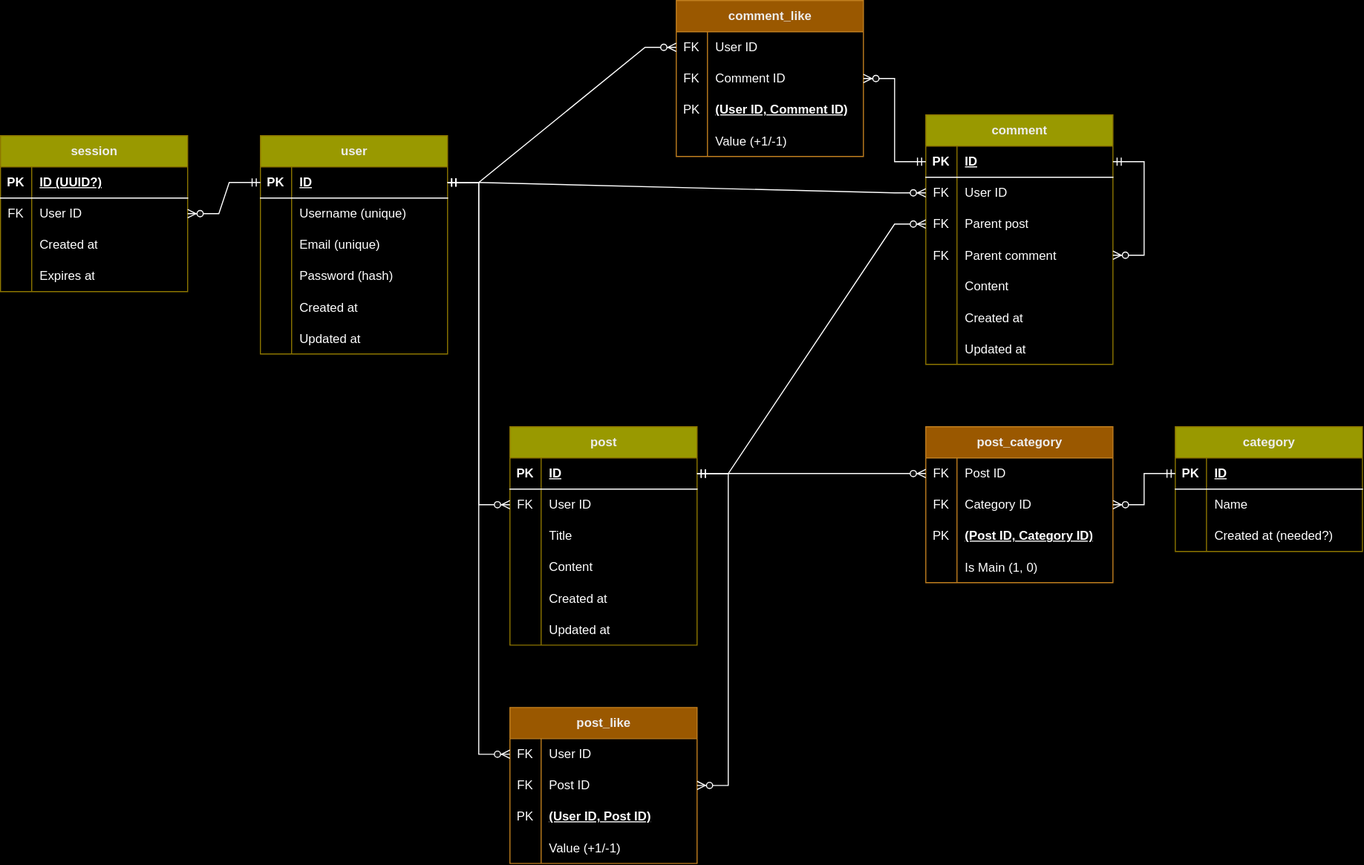
Earlier version of the draw.io export static/assets/ERD.svg (alia-dd/forum). Source tidied: cells renumbered, new cells last; positions are measured from the earlier drawing's top-left corner, leaving out a move shared by most shapes.
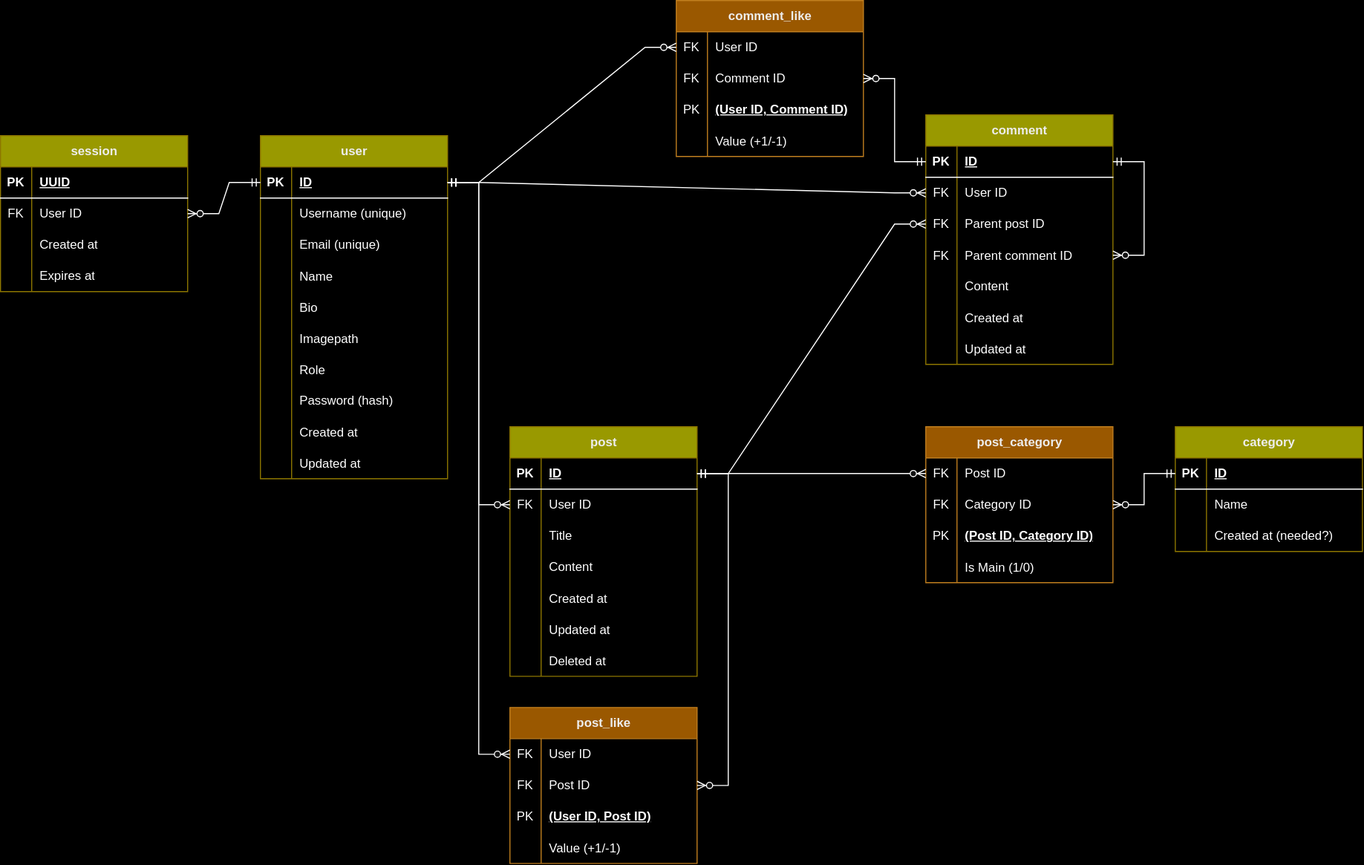
The same diagram one commit later.

Commit message:
update ERD to match current tables

What changed in the source:
```diff
@@ -3,7 +3,7 @@
     <mxCell id="0" />
     <mxCell id="1" parent="0" />
     <mxCell id="2" value="user" style="shape=table;startSize=30;rowLines=0;fontStyle=1;align=center;html=1;fillColor=light-dark(#E3C800,#999900);fontColor=#000000;strokeColor=#B09500;" parent="1" vertex="1">
-      <mxGeometry x="250" y="130" width="180" height="210" as="geometry" />
+      <mxGeometry x="250" y="130" width="180" height="330" as="geometry" />
     </mxCell>
     <mxCell id="3" style="shape=tableRow;horizontal=0;startSize=0;swimlaneHead=0;swimlaneBody=0;fillColor=none;points=[[0,0.5],[1,0.5]];portConstraint=eastwest;top=0;left=0;right=0;bottom=1;" parent="2" vertex="1">
       <mxGeometry y="30" width="180" height="30" as="geometry" />
@@ -32,8 +32,44 @@
     <mxCell id="11" value="Email (unique)" style="shape=partialRectangle;fillColor=none;top=0;left=0;bottom=0;right=0;align=left;spacingLeft=6;overflow=hidden;whiteSpace=wrap;html=1;" parent="9" vertex="1">
       <mxGeometry x="30" width="150" height="30" as="geometry" />
     </mxCell>
+    <mxCell id="135" style="shape=tableRow;horizontal=0;startSize=0;swimlaneHead=0;swimlaneBody=0;fillColor=none;top=0;left=0;right=0;bottom=0;" parent="2" vertex="1">
+      <mxGeometry y="120" width="180" height="30" as="geometry" />
+    </mxCell>
+    <mxCell id="136" style="shape=partialRectangle;fillColor=none;top=0;left=0;bottom=0;right=0;overflow=hidden;" parent="135" vertex="1">
+      <mxGeometry width="30" height="30" as="geometry" />
+    </mxCell>
+    <mxCell id="137" value="Name" style="shape=partialRectangle;fillColor=none;top=0;left=0;bottom=0;right=0;align=left;spacingLeft=6;overflow=hidden;" parent="135" vertex="1">
+      <mxGeometry x="30" width="150" height="30" as="geometry" />
+    </mxCell>
+    <mxCell id="138" style="shape=tableRow;horizontal=0;startSize=0;swimlaneHead=0;swimlaneBody=0;fillColor=none;top=0;left=0;right=0;bottom=0;" parent="2" vertex="1">
+      <mxGeometry y="150" width="180" height="30" as="geometry" />
+    </mxCell>
+    <mxCell id="139" style="shape=partialRectangle;fillColor=none;top=0;left=0;bottom=0;right=0;overflow=hidden;" parent="138" vertex="1">
+      <mxGeometry width="30" height="30" as="geometry" />
+    </mxCell>
+    <mxCell id="140" value="Bio" style="shape=partialRectangle;fillColor=none;top=0;left=0;bottom=0;right=0;align=left;spacingLeft=6;overflow=hidden;" parent="138" vertex="1">
+      <mxGeometry x="30" width="150" height="30" as="geometry" />
+    </mxCell>
+    <mxCell id="141" style="shape=tableRow;horizontal=0;startSize=0;swimlaneHead=0;swimlaneBody=0;fillColor=none;top=0;left=0;right=0;bottom=0;" parent="2" vertex="1">
+      <mxGeometry y="180" width="180" height="30" as="geometry" />
+    </mxCell>
+    <mxCell id="142" style="shape=partialRectangle;fillColor=none;top=0;left=0;bottom=0;right=0;overflow=hidden;" parent="141" vertex="1">
+      <mxGeometry width="30" height="30" as="geometry" />
+    </mxCell>
+    <mxCell id="143" value="Imagepath" style="shape=partialRectangle;fillColor=none;top=0;left=0;bottom=0;right=0;align=left;spacingLeft=6;overflow=hidden;" parent="141" vertex="1">
+      <mxGeometry x="30" width="150" height="30" as="geometry" />
+    </mxCell>
+    <mxCell id="144" style="shape=tableRow;horizontal=0;startSize=0;swimlaneHead=0;swimlaneBody=0;fillColor=none;top=0;left=0;right=0;bottom=0;" parent="2" vertex="1">
+      <mxGeometry y="210" width="180" height="30" as="geometry" />
+    </mxCell>
+    <mxCell id="145" style="shape=partialRectangle;fillColor=none;top=0;left=0;bottom=0;right=0;overflow=hidden;" parent="144" vertex="1">
+      <mxGeometry width="30" height="30" as="geometry" />
+    </mxCell>
+    <mxCell id="146" value="Role" style="shape=partialRectangle;fillColor=none;top=0;left=0;bottom=0;right=0;align=left;spacingLeft=6;overflow=hidden;" parent="144" vertex="1">
+      <mxGeometry x="30" width="150" height="30" as="geometry" />
+    </mxCell>
     <mxCell id="12" style="shape=tableRow;horizontal=0;startSize=0;swimlaneHead=0;swimlaneBody=0;fillColor=none;top=0;left=0;right=0;bottom=0;" parent="2" vertex="1">
-      <mxGeometry y="120" width="180" height="30" as="geometry" />
+      <mxGeometry y="240" width="180" height="30" as="geometry" />
     </mxCell>
     <mxCell id="13" style="shape=partialRectangle;fillColor=none;top=0;left=0;bottom=0;right=0;overflow=hidden;whiteSpace=wrap;html=1;" parent="12" vertex="1">
       <mxGeometry width="30" height="30" as="geometry" />
@@ -42,7 +78,7 @@
       <mxGeometry x="30" width="150" height="30" as="geometry" />
     </mxCell>
     <mxCell id="15" style="shape=tableRow;horizontal=0;startSize=0;swimlaneHead=0;swimlaneBody=0;fillColor=none;top=0;left=0;right=0;bottom=0;" parent="2" vertex="1">
-      <mxGeometry y="150" width="180" height="30" as="geometry" />
+      <mxGeometry y="270" width="180" height="30" as="geometry" />
     </mxCell>
     <mxCell id="16" style="shape=partialRectangle;fillColor=none;top=0;left=0;bottom=0;right=0;overflow=hidden;" parent="15" vertex="1">
       <mxGeometry width="30" height="30" as="geometry" />
@@ -51,7 +87,7 @@
       <mxGeometry x="30" width="150" height="30" as="geometry" />
     </mxCell>
     <mxCell id="18" style="shape=tableRow;horizontal=0;startSize=0;swimlaneHead=0;swimlaneBody=0;fillColor=none;top=0;left=0;right=0;bottom=0;" parent="2" vertex="1">
-      <mxGeometry y="180" width="180" height="30" as="geometry" />
+      <mxGeometry y="300" width="180" height="30" as="geometry" />
     </mxCell>
     <mxCell id="19" style="shape=partialRectangle;fillColor=none;top=0;left=0;bottom=0;right=0;overflow=hidden;" parent="18" vertex="1">
       <mxGeometry width="30" height="30" as="geometry" />
@@ -60,7 +96,7 @@
       <mxGeometry x="30" width="150" height="30" as="geometry" />
     </mxCell>
     <mxCell id="21" value="post" style="shape=table;startSize=30;rowLines=0;fontStyle=1;align=center;html=1;fillColor=light-dark(#E3C800,#999900);fontColor=#000000;strokeColor=#B09500;" parent="1" vertex="1">
-      <mxGeometry x="490" y="410" width="180" height="210" as="geometry" />
+      <mxGeometry x="490" y="410" width="180" height="240" as="geometry" />
     </mxCell>
     <mxCell id="22" style="shape=tableRow;horizontal=0;startSize=0;swimlaneHead=0;swimlaneBody=0;fillColor=none;points=[[0,0.5],[1,0.5]];portConstraint=eastwest;top=0;left=0;right=0;bottom=1;" parent="21" vertex="1">
       <mxGeometry y="30" width="180" height="30" as="geometry" />
@@ -116,6 +152,15 @@
     <mxCell id="39" value="Updated at" style="shape=partialRectangle;fillColor=none;top=0;left=0;bottom=0;right=0;align=left;spacingLeft=6;overflow=hidden;" parent="37" vertex="1">
       <mxGeometry x="30" width="150" height="30" as="geometry" />
     </mxCell>
+    <mxCell id="147" style="shape=tableRow;horizontal=0;startSize=0;swimlaneHead=0;swimlaneBody=0;fillColor=none;top=0;left=0;right=0;bottom=0;" parent="21" vertex="1">
+      <mxGeometry y="210" width="180" height="30" as="geometry" />
+    </mxCell>
+    <mxCell id="148" style="shape=partialRectangle;fillColor=none;top=0;left=0;bottom=0;right=0;overflow=hidden;" parent="147" vertex="1">
+      <mxGeometry width="30" height="30" as="geometry" />
+    </mxCell>
+    <mxCell id="149" value="Deleted at" style="shape=partialRectangle;fillColor=none;top=0;left=0;bottom=0;right=0;align=left;spacingLeft=6;overflow=hidden;" parent="147" vertex="1">
+      <mxGeometry x="30" width="150" height="30" as="geometry" />
+    </mxCell>
     <mxCell id="40" style="edgeStyle=entityRelationEdgeStyle;fontSize=12;html=1;endArrow=ERzeroToMany;startArrow=ERmandOne;rounded=0;exitX=1;exitY=0.5;exitDx=0;exitDy=0;" parent="1" edge="1" source="3" target="25">
       <mxGeometry relative="1" as="geometry" />
     </mxCell>
@@ -146,7 +191,7 @@
     <mxCell id="49" value="FK" style="shape=partialRectangle;fillColor=none;top=0;left=0;bottom=0;right=0;overflow=hidden;whiteSpace=wrap;html=1;" parent="48" vertex="1">
       <mxGeometry width="30" height="30" as="geometry" />
     </mxCell>
-    <mxCell id="50" value="Parent post" style="shape=partialRectangle;fillColor=none;top=0;left=0;bottom=0;right=0;align=left;spacingLeft=6;overflow=hidden;whiteSpace=wrap;html=1;" parent="48" vertex="1">
+    <mxCell id="50" value="Parent post ID" style="shape=partialRectangle;fillColor=none;top=0;left=0;bottom=0;right=0;align=left;spacingLeft=6;overflow=hidden;whiteSpace=wrap;html=1;" parent="48" vertex="1">
       <mxGeometry x="30" width="150" height="30" as="geometry" />
     </mxCell>
     <mxCell id="51" style="shape=tableRow;horizontal=0;startSize=0;swimlaneHead=0;swimlaneBody=0;fillColor=none;points=[[0,0.5],[1,0.5]];portConstraint=eastwest;top=0;left=0;right=0;bottom=0;" parent="41" vertex="1">
@@ -155,7 +200,7 @@
     <mxCell id="52" value="FK" style="shape=partialRectangle;fillColor=none;top=0;left=0;bottom=0;right=0;overflow=hidden;" parent="51" vertex="1">
       <mxGeometry width="30" height="30" as="geometry" />
     </mxCell>
-    <mxCell id="53" value="Parent comment" style="shape=partialRectangle;fillColor=none;top=0;left=0;bottom=0;right=0;align=left;spacingLeft=6;overflow=hidden;" parent="51" vertex="1">
+    <mxCell id="53" value="Parent comment ID" style="shape=partialRectangle;fillColor=none;top=0;left=0;bottom=0;right=0;align=left;spacingLeft=6;overflow=hidden;" parent="51" vertex="1">
       <mxGeometry x="30" width="150" height="30" as="geometry" />
     </mxCell>
     <mxCell id="54" style="shape=tableRow;horizontal=0;startSize=0;swimlaneHead=0;swimlaneBody=0;fillColor=none;top=0;left=0;right=0;bottom=0;" parent="41" vertex="1">
@@ -260,7 +305,7 @@
     <mxCell id="87" style="shape=partialRectangle;fillColor=none;top=0;left=0;bottom=0;right=0;overflow=hidden;" parent="86" vertex="1">
       <mxGeometry width="30" height="30" as="geometry" />
     </mxCell>
-    <mxCell id="88" value="Is Main (1, 0)" style="shape=partialRectangle;fillColor=none;top=0;left=0;bottom=0;right=0;align=left;spacingLeft=6;overflow=hidden;" parent="86" vertex="1">
+    <mxCell id="88" value="Is Main (1/0)" style="shape=partialRectangle;fillColor=none;top=0;left=0;bottom=0;right=0;align=left;spacingLeft=6;overflow=hidden;" parent="86" vertex="1">
       <mxGeometry x="30" width="150" height="30" as="geometry" />
     </mxCell>
     <mxCell id="89" style="edgeStyle=entityRelationEdgeStyle;fontSize=12;html=1;endArrow=ERzeroToMany;startArrow=ERmandOne;rounded=0;exitX=1;exitY=0.5;exitDx=0;exitDy=0;" parent="1" edge="1" source="22" target="77">
@@ -368,7 +413,7 @@
     <mxCell id="123" value="PK" style="shape=partialRectangle;fillColor=none;top=0;left=0;bottom=0;right=0;fontStyle=1;overflow=hidden;whiteSpace=wrap;html=1;" parent="122" vertex="1">
       <mxGeometry width="30" height="30" as="geometry" />
     </mxCell>
-    <mxCell id="124" value="ID (UUID?)" style="shape=partialRectangle;fillColor=none;top=0;left=0;bottom=0;right=0;align=left;spacingLeft=6;fontStyle=5;overflow=hidden;whiteSpace=wrap;html=1;" parent="122" vertex="1">
+    <mxCell id="124" value="UUID" style="shape=partialRectangle;fillColor=none;top=0;left=0;bottom=0;right=0;align=left;spacingLeft=6;fontStyle=5;overflow=hidden;whiteSpace=wrap;html=1;" parent="122" vertex="1">
       <mxGeometry x="30" width="150" height="30" as="geometry" />
     </mxCell>
     <mxCell id="125" style="shape=tableRow;horizontal=0;startSize=0;swimlaneHead=0;swimlaneBody=0;fillColor=none;points=[[0,0.5],[1,0.5]];portConstraint=eastwest;top=0;left=0;right=0;bottom=0;" parent="121" vertex="1">
```
